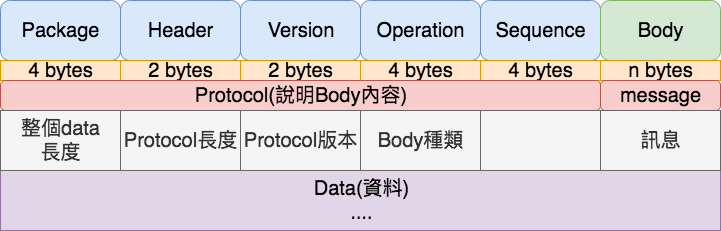
Above: doc/protocol.png in ht-co-wowtch/alakazam (draw.io), before the change. Source tidied: cells renumbered, new cells last; positions are measured from the earlier drawing's top-left corner, leaving out a move shared by most shapes. Source of this version:
```xml
<mxGraphModel>
  <root>
    <mxCell id="0" />
    <mxCell id="1" parent="0" />
    <mxCell id="2" value="&lt;div style=&quot;font-size: 20px;&quot;&gt;Package&lt;/div&gt;" style="rounded=1;whiteSpace=wrap;html=1;fillColor=#dae8fc;strokeColor=#6c8ebf;fontSize=20;" parent="1" vertex="1">
      <mxGeometry width="120" height="60" as="geometry" />
    </mxCell>
    <mxCell id="3" value="&lt;div style=&quot;font-size: 20px&quot;&gt;&lt;div&gt;Header&lt;/div&gt;&lt;/div&gt;" style="rounded=1;whiteSpace=wrap;html=1;fillColor=#dae8fc;strokeColor=#6c8ebf;fontSize=20;" parent="1" vertex="1">
      <mxGeometry x="120" width="120" height="60" as="geometry" />
    </mxCell>
    <mxCell id="4" value="&lt;div style=&quot;font-size: 20px&quot;&gt;&lt;div&gt;Version&lt;/div&gt;&lt;/div&gt;" style="rounded=1;whiteSpace=wrap;html=1;fillColor=#dae8fc;strokeColor=#6c8ebf;fontSize=20;" parent="1" vertex="1">
      <mxGeometry x="240" width="120" height="60" as="geometry" />
    </mxCell>
    <mxCell id="5" value="&lt;div style=&quot;font-size: 20px&quot;&gt;&lt;div&gt;Operation&lt;/div&gt;&lt;/div&gt;" style="rounded=1;whiteSpace=wrap;html=1;fillColor=#dae8fc;strokeColor=#6c8ebf;fontSize=20;" parent="1" vertex="1">
      <mxGeometry x="360" width="120" height="60" as="geometry" />
    </mxCell>
    <mxCell id="6" value="&lt;div style=&quot;font-size: 20px&quot;&gt;&lt;div&gt;Sequence&lt;/div&gt;&lt;/div&gt;" style="rounded=1;whiteSpace=wrap;html=1;fillColor=#dae8fc;strokeColor=#6c8ebf;fontSize=20;" parent="1" vertex="1">
      <mxGeometry x="480" width="120" height="60" as="geometry" />
    </mxCell>
    <mxCell id="7" value="&lt;div style=&quot;font-size: 20px&quot;&gt;&lt;div&gt;Body&lt;/div&gt;&lt;/div&gt;" style="rounded=1;whiteSpace=wrap;html=1;fillColor=#d5e8d4;strokeColor=#82b366;fontSize=20;" parent="1" vertex="1">
      <mxGeometry x="600" width="120" height="60" as="geometry" />
    </mxCell>
    <mxCell id="8" value="&lt;div&gt;4 bytes&lt;/div&gt;" style="rounded=0;whiteSpace=wrap;html=1;fontSize=20;fillColor=#ffe6cc;strokeColor=#d79b00;" parent="1" vertex="1">
      <mxGeometry y="60" width="120" height="20" as="geometry" />
    </mxCell>
    <mxCell id="9" value="&lt;div&gt;2 bytes&lt;/div&gt;" style="rounded=0;whiteSpace=wrap;html=1;fontSize=20;fillColor=#ffe6cc;strokeColor=#d79b00;" parent="1" vertex="1">
      <mxGeometry x="120" y="60" width="120" height="20" as="geometry" />
    </mxCell>
    <mxCell id="10" value="&lt;div&gt;2 bytes&lt;/div&gt;" style="rounded=0;whiteSpace=wrap;html=1;fontSize=20;fillColor=#ffe6cc;strokeColor=#d79b00;" parent="1" vertex="1">
      <mxGeometry x="240" y="60" width="120" height="20" as="geometry" />
    </mxCell>
    <mxCell id="11" value="&lt;div&gt;4 bytes&lt;/div&gt;" style="rounded=0;whiteSpace=wrap;html=1;fontSize=20;fillColor=#ffe6cc;strokeColor=#d79b00;" parent="1" vertex="1">
      <mxGeometry x="360" y="60" width="120" height="20" as="geometry" />
    </mxCell>
    <mxCell id="12" value="&lt;div&gt;4 bytes&lt;/div&gt;" style="rounded=0;whiteSpace=wrap;html=1;fontSize=20;fillColor=#ffe6cc;strokeColor=#d79b00;" parent="1" vertex="1">
      <mxGeometry x="480" y="60" width="120" height="20" as="geometry" />
    </mxCell>
    <mxCell id="13" value="&lt;div&gt;n bytes&lt;/div&gt;" style="rounded=0;whiteSpace=wrap;html=1;fontSize=20;fillColor=#ffe6cc;strokeColor=#d79b00;" parent="1" vertex="1">
      <mxGeometry x="600" y="60" width="120" height="20" as="geometry" />
    </mxCell>
    <mxCell id="14" value="&lt;span&gt;Protocol(&lt;/span&gt;說明Body內容&lt;span&gt;)&lt;/span&gt;" style="rounded=1;whiteSpace=wrap;html=1;fontSize=20;fillColor=#f8cecc;strokeColor=#b85450;" parent="1" vertex="1">
      <mxGeometry y="80" width="600" height="30" as="geometry" />
    </mxCell>
    <mxCell id="15" value="message&lt;br&gt;" style="rounded=1;whiteSpace=wrap;html=1;fontSize=20;fillColor=#f8cecc;strokeColor=#b85450;" parent="1" vertex="1">
      <mxGeometry x="600" y="80" width="120" height="30" as="geometry" />
    </mxCell>
    <mxCell id="16" value="Data(資料)&lt;br&gt;....&lt;br&gt;" style="rounded=0;whiteSpace=wrap;html=1;fontSize=20;fillColor=#e1d5e7;strokeColor=#9673a6;" parent="1" vertex="1">
      <mxGeometry y="170" width="720" height="60" as="geometry" />
    </mxCell>
    <mxCell id="17" value="整個data&lt;br&gt;長度" style="rounded=0;whiteSpace=wrap;html=1;fontSize=20;fillColor=#f5f5f5;strokeColor=#666666;fontColor=#333333;" parent="1" vertex="1">
      <mxGeometry y="110" width="120" height="60" as="geometry" />
    </mxCell>
    <mxCell id="18" value="&lt;span&gt;Protocol長度&lt;/span&gt;" style="rounded=0;whiteSpace=wrap;html=1;fontSize=20;fillColor=#f5f5f5;strokeColor=#666666;fontColor=#333333;" parent="1" vertex="1">
      <mxGeometry x="120" y="110" width="120" height="60" as="geometry" />
    </mxCell>
    <mxCell id="19" value="&lt;span&gt;Protocol版本&lt;/span&gt;" style="rounded=0;whiteSpace=wrap;html=1;fontSize=20;fillColor=#f5f5f5;strokeColor=#666666;fontColor=#333333;" parent="1" vertex="1">
      <mxGeometry x="240" y="110" width="120" height="60" as="geometry" />
    </mxCell>
    <mxCell id="20" value="Body種類" style="rounded=0;whiteSpace=wrap;html=1;fontSize=20;fillColor=#f5f5f5;strokeColor=#666666;fontColor=#333333;" parent="1" vertex="1">
      <mxGeometry x="360" y="110" width="120" height="60" as="geometry" />
    </mxCell>
    <mxCell id="21" style="rounded=0;whiteSpace=wrap;html=1;fontSize=20;fillColor=#f5f5f5;strokeColor=#666666;fontColor=#333333;" parent="1" vertex="1">
      <mxGeometry x="480" y="110" width="120" height="60" as="geometry" />
    </mxCell>
    <mxCell id="22" value="訊息" style="rounded=0;whiteSpace=wrap;html=1;fontSize=20;fillColor=#f5f5f5;strokeColor=#666666;fontColor=#333333;" parent="1" vertex="1">
      <mxGeometry x="600" y="110" width="120" height="60" as="geometry" />
    </mxCell>
  </root>
</mxGraphModel>
```
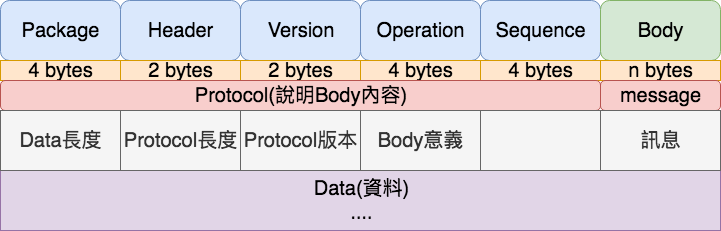
Later version of the same file.

Diff of the diagram source:
```diff
@@ -47,7 +47,7 @@
     <mxCell id="16" value="Data(資料)&lt;br&gt;....&lt;br&gt;" style="rounded=0;whiteSpace=wrap;html=1;fontSize=20;fillColor=#e1d5e7;strokeColor=#9673a6;" parent="1" vertex="1">
       <mxGeometry y="170" width="720" height="60" as="geometry" />
     </mxCell>
-    <mxCell id="17" value="整個data&lt;br&gt;長度" style="rounded=0;whiteSpace=wrap;html=1;fontSize=20;fillColor=#f5f5f5;strokeColor=#666666;fontColor=#333333;" parent="1" vertex="1">
+    <mxCell id="17" value="Data長度" style="rounded=0;whiteSpace=wrap;html=1;fontSize=20;fillColor=#f5f5f5;strokeColor=#666666;fontColor=#333333;" parent="1" vertex="1">
       <mxGeometry y="110" width="120" height="60" as="geometry" />
     </mxCell>
     <mxCell id="18" value="&lt;span&gt;Protocol長度&lt;/span&gt;" style="rounded=0;whiteSpace=wrap;html=1;fontSize=20;fillColor=#f5f5f5;strokeColor=#666666;fontColor=#333333;" parent="1" vertex="1">
@@ -56,7 +56,7 @@
     <mxCell id="19" value="&lt;span&gt;Protocol版本&lt;/span&gt;" style="rounded=0;whiteSpace=wrap;html=1;fontSize=20;fillColor=#f5f5f5;strokeColor=#666666;fontColor=#333333;" parent="1" vertex="1">
       <mxGeometry x="240" y="110" width="120" height="60" as="geometry" />
     </mxCell>
-    <mxCell id="20" value="Body種類" style="rounded=0;whiteSpace=wrap;html=1;fontSize=20;fillColor=#f5f5f5;strokeColor=#666666;fontColor=#333333;" parent="1" vertex="1">
+    <mxCell id="20" value="Body意義" style="rounded=0;whiteSpace=wrap;html=1;fontSize=20;fillColor=#f5f5f5;strokeColor=#666666;fontColor=#333333;" parent="1" vertex="1">
       <mxGeometry x="360" y="110" width="120" height="60" as="geometry" />
     </mxCell>
     <mxCell id="21" style="rounded=0;whiteSpace=wrap;html=1;fontSize=20;fillColor=#f5f5f5;strokeColor=#666666;fontColor=#333333;" parent="1" vertex="1">
```
